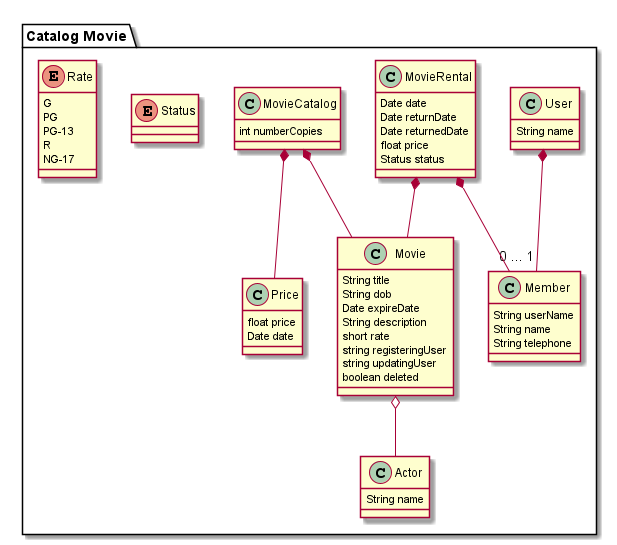
This is diagrams/movie-model.png from ysrael182/movie-catalog-practice, a PlantUML export, as it was before one commit.
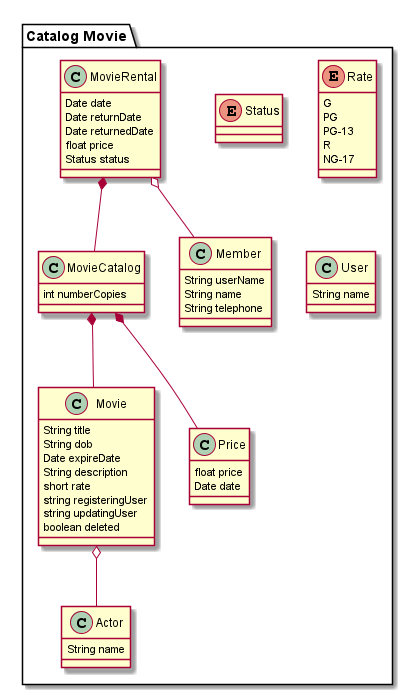
The same file after the commit.

The edit, as a diff of the source:
```diff
@@ -1,11 +1,11 @@
 @startuml
 package "Catalog Movie" #ddddd {
     Movie o-- Actor
-    User *--"0 ... 1" Member
+
     MovieCatalog *-- Movie
     MovieCatalog *-- Price
-    MovieRental *-- Member
-    MovieRental *-- Movie
+    MovieRental o-- Member
+    MovieRental *-- MovieCatalog
     enum Status {
 
     }
```
